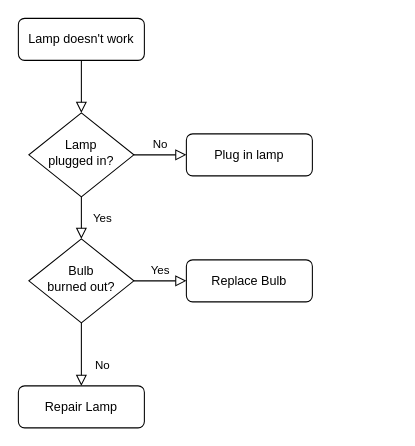
galvarezz09/DBA001 keeps this draw.io diagram as procesos pqrs.drawio. Above is the earlier version. Source tidied: cells renumbered, new cells numbered last; positions are measured from the earlier drawing's top-left corner, leaving out a move shared by most shapes. Both pictures are drawn from the tidied source at 105%, with x=0, y=0 at pixel (18, 18).
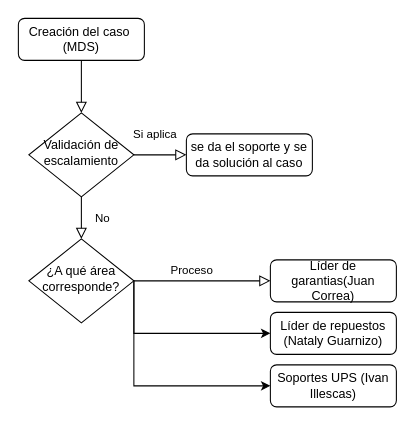
The same diagram, later.

The edit, as a diff of the source:
```diff
@@
 <mxGraphModel>
   <root>
     <mxCell id="0" />
     <mxCell id="1" parent="0" />
     <mxCell id="2" style="rounded=0;html=1;jettySize=auto;fontSize=11;endArrow=block;endFill=0;endSize=8;strokeWidth=1;shadow=0;labelBackgroundColor=none;edgeStyle=orthogonalEdgeStyle;" parent="1" edge="1" source="3" target="6">
       <mxGeometry relative="1" as="geometry" />
     </mxCell>
-    <mxCell id="3" value="Lamp doesn't work" style="rounded=1;whiteSpace=wrap;html=1;fontSize=12;glass=0;strokeWidth=1;shadow=0;" parent="1" vertex="1">
+    <mxCell id="3" value="Creación del caso&amp;nbsp;&lt;br&gt;(MDS)" style="rounded=1;whiteSpace=wrap;html=1;fontSize=12;glass=0;strokeWidth=1;shadow=0;" parent="1" vertex="1">
       <mxGeometry width="120" height="40" as="geometry" />
     </mxCell>
-    <mxCell id="4" value="Yes" style="rounded=0;html=1;jettySize=auto;fontSize=11;endArrow=block;endFill=0;endSize=8;strokeWidth=1;shadow=0;labelBackgroundColor=none;edgeStyle=orthogonalEdgeStyle;" parent="1" edge="1" source="6" target="10">
+    <mxCell id="4" value="No" style="rounded=0;html=1;jettySize=auto;fontSize=11;endArrow=block;endFill=0;endSize=8;strokeWidth=1;shadow=0;labelBackgroundColor=none;edgeStyle=orthogonalEdgeStyle;" parent="1" edge="1" source="6" target="10">
       <mxGeometry y="20" relative="1" as="geometry" />
     </mxCell>
-    <mxCell id="5" value="No" style="edgeStyle=orthogonalEdgeStyle;rounded=0;html=1;jettySize=auto;fontSize=11;endArrow=block;endFill=0;endSize=8;strokeWidth=1;shadow=0;labelBackgroundColor=none;" parent="1" edge="1" source="6" target="7">
-      <mxGeometry y="10" relative="1" as="geometry" />
+    <mxCell id="5" value="Si aplica" style="edgeStyle=orthogonalEdgeStyle;rounded=0;html=1;jettySize=auto;fontSize=11;endArrow=block;endFill=0;endSize=8;strokeWidth=1;shadow=0;labelBackgroundColor=none;" parent="1" edge="1" source="6" target="7">
+      <mxGeometry x="-0.2" y="20" relative="1" as="geometry" />
     </mxCell>
-    <mxCell id="6" value="Lamp&lt;br&gt;plugged in?" style="rhombus;whiteSpace=wrap;html=1;shadow=0;fontFamily=Helvetica;fontSize=12;align=center;strokeWidth=1;spacing=6;spacingTop=-4;" parent="1" vertex="1">
+    <mxCell id="6" value="Validación de escalamiento" style="rhombus;whiteSpace=wrap;html=1;shadow=0;fontFamily=Helvetica;fontSize=12;align=center;strokeWidth=1;spacing=6;spacingTop=-4;" parent="1" vertex="1">
       <mxGeometry x="10" y="90" width="100" height="80" as="geometry" />
     </mxCell>
-    <mxCell id="7" value="Plug in lamp" style="rounded=1;whiteSpace=wrap;html=1;fontSize=12;glass=0;strokeWidth=1;shadow=0;" parent="1" vertex="1">
+    <mxCell id="7" value="se da el soporte y se da solución al caso" style="rounded=1;whiteSpace=wrap;html=1;fontSize=12;glass=0;strokeWidth=1;shadow=0;" parent="1" vertex="1">
       <mxGeometry x="160" y="110" width="120" height="40" as="geometry" />
     </mxCell>
-    <mxCell id="8" value="No" style="rounded=0;html=1;jettySize=auto;fontSize=11;endArrow=block;endFill=0;endSize=8;strokeWidth=1;shadow=0;labelBackgroundColor=none;edgeStyle=orthogonalEdgeStyle;" parent="1" edge="1" source="10" target="11">
-      <mxGeometry x="0.33" y="20" relative="1" as="geometry" />
-    </mxCell>
-    <mxCell id="9" value="Yes" style="edgeStyle=orthogonalEdgeStyle;rounded=0;html=1;jettySize=auto;fontSize=11;endArrow=block;endFill=0;endSize=8;strokeWidth=1;shadow=0;labelBackgroundColor=none;" parent="1" edge="1" source="10" target="12">
-      <mxGeometry y="10" relative="1" as="geometry" />
+    <mxCell id="9" value="Proceso" style="edgeStyle=orthogonalEdgeStyle;rounded=0;html=1;jettySize=auto;fontSize=11;endArrow=block;endFill=0;endSize=8;strokeWidth=1;shadow=0;labelBackgroundColor=none;" parent="1" edge="1" source="10" target="12">
+      <mxGeometry x="0.07" y="18" relative="1" as="geometry">
+        <mxPoint x="-15" y="8" as="offset" />
+      </mxGeometry>
     </mxCell>
+    <mxCell id="13" style="edgeStyle=orthogonalEdgeStyle;rounded=0;jettySize=auto;html=1;exitX=1;exitY=0.5;exitDx=0;exitDy=0;entryX=0;entryY=0.5;entryDx=0;entryDy=0;" parent="1" edge="1" source="10" target="15">
+      <mxGeometry relative="1" as="geometry">
+        <Array as="points">
+          <mxPoint x="110" y="300" />
+        </Array>
+      </mxGeometry>
+    </mxCell>
+    <mxCell id="14" style="edgeStyle=orthogonalEdgeStyle;rounded=0;jettySize=auto;html=1;exitX=1;exitY=0.5;exitDx=0;exitDy=0;entryX=0;entryY=0.5;entryDx=0;entryDy=0;" parent="1" edge="1" source="10" target="16">
+      <mxGeometry relative="1" as="geometry">
+        <Array as="points">
+          <mxPoint x="110" y="350" />
+        </Array>
+      </mxGeometry>
+    </mxCell>
-    <mxCell id="10" value="Bulb&lt;br&gt;burned out?" style="rhombus;whiteSpace=wrap;html=1;shadow=0;fontFamily=Helvetica;fontSize=12;align=center;strokeWidth=1;spacing=6;spacingTop=-4;" parent="1" vertex="1">
+    <mxCell id="10" value="¿A qué área corresponde?" style="rhombus;whiteSpace=wrap;html=1;shadow=0;fontFamily=Helvetica;fontSize=12;align=center;strokeWidth=1;spacing=6;spacingTop=-4;" parent="1" vertex="1">
       <mxGeometry x="10" y="210" width="100" height="80" as="geometry" />
     </mxCell>
-    <mxCell id="11" value="Repair Lamp" style="rounded=1;whiteSpace=wrap;html=1;fontSize=12;glass=0;strokeWidth=1;shadow=0;" parent="1" vertex="1">
-      <mxGeometry y="350" width="120" height="40" as="geometry" />
-    </mxCell>
-    <mxCell id="12" value="Replace Bulb" style="rounded=1;whiteSpace=wrap;html=1;fontSize=12;glass=0;strokeWidth=1;shadow=0;" parent="1" vertex="1">
-      <mxGeometry x="160" y="230" width="120" height="40" as="geometry" />
+    <mxCell id="12" value="Líder de garantias(Juan Correa)" style="rounded=1;whiteSpace=wrap;html=1;fontSize=12;glass=0;strokeWidth=1;shadow=0;" parent="1" vertex="1">
+      <mxGeometry x="240" y="230" width="120" height="40" as="geometry" />
     </mxCell>
+    <mxCell id="15" value="Líder de repuestos (Nataly Guarnizo)" style="rounded=1;whiteSpace=wrap;html=1;fontSize=12;glass=0;strokeWidth=1;shadow=0;" parent="1" vertex="1">
+      <mxGeometry x="240" y="280" width="120" height="40" as="geometry" />
+    </mxCell>
+    <mxCell id="16" value="Soportes UPS (Ivan Illescas)" style="rounded=1;whiteSpace=wrap;html=1;fontSize=12;glass=0;strokeWidth=1;shadow=0;" parent="1" vertex="1">
+      <mxGeometry x="240" y="330" width="120" height="40" as="geometry" />
+    </mxCell>
   </root>
 </mxGraphModel>
```
